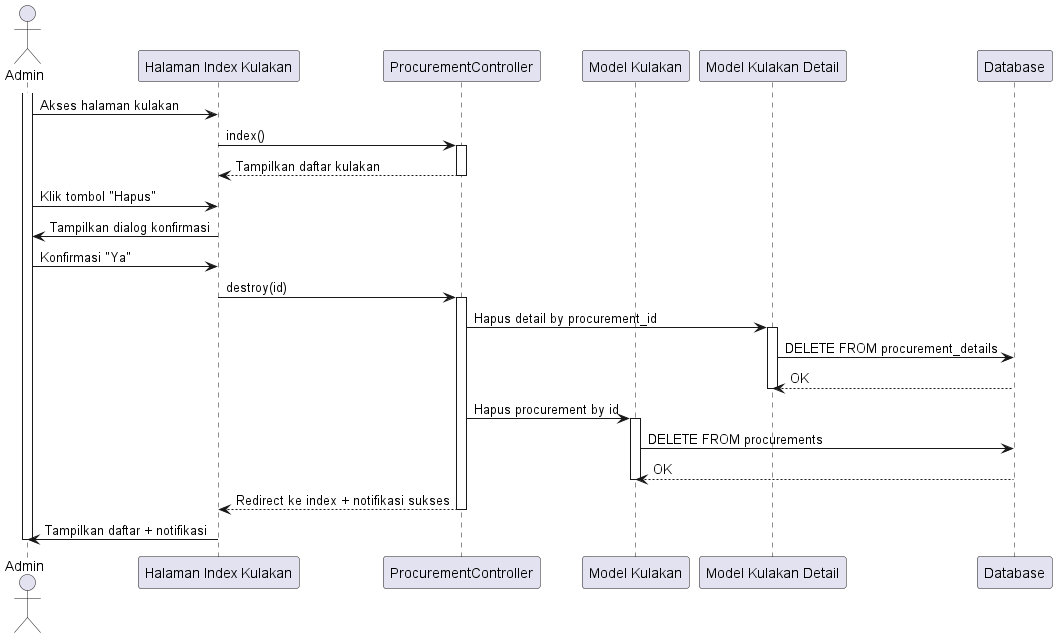
The PlantUML diagram out/sequence diagram/kulakan/menghapus_kulakan/menghapus_kulakan.png in tengahcang/UML_TA, before a commit. Source of this version:
```plantuml
@startuml
actor Admin

participant "Halaman Index Kulakan" as KulakanIndex
participant "ProcurementController" as Controller
participant "Model Kulakan" as ProcurementModel
participant "Model Kulakan Detail" as ProcurementDetailsModel
participant "Database" as DB

activate Admin
Admin -> KulakanIndex: Akses halaman kulakan
KulakanIndex -> Controller: index()
activate Controller
Controller --> KulakanIndex: Tampilkan daftar kulakan
deactivate Controller

Admin -> KulakanIndex: Klik tombol "Hapus"
KulakanIndex -> Admin: Tampilkan dialog konfirmasi
Admin -> KulakanIndex: Konfirmasi "Ya"

KulakanIndex -> Controller: destroy(id)
activate Controller

Controller -> ProcurementDetailsModel: Hapus detail by procurement_id
activate ProcurementDetailsModel
ProcurementDetailsModel -> DB: DELETE FROM procurement_details
DB --> ProcurementDetailsModel: OK
deactivate ProcurementDetailsModel

Controller -> ProcurementModel: Hapus procurement by id
activate ProcurementModel
ProcurementModel -> DB: DELETE FROM procurements
DB --> ProcurementModel: OK
deactivate ProcurementModel

Controller --> KulakanIndex: Redirect ke index + notifikasi sukses
deactivate Controller
KulakanIndex -> Admin: Tampilkan daftar + notifikasi
deactivate Admin

@enduml
```
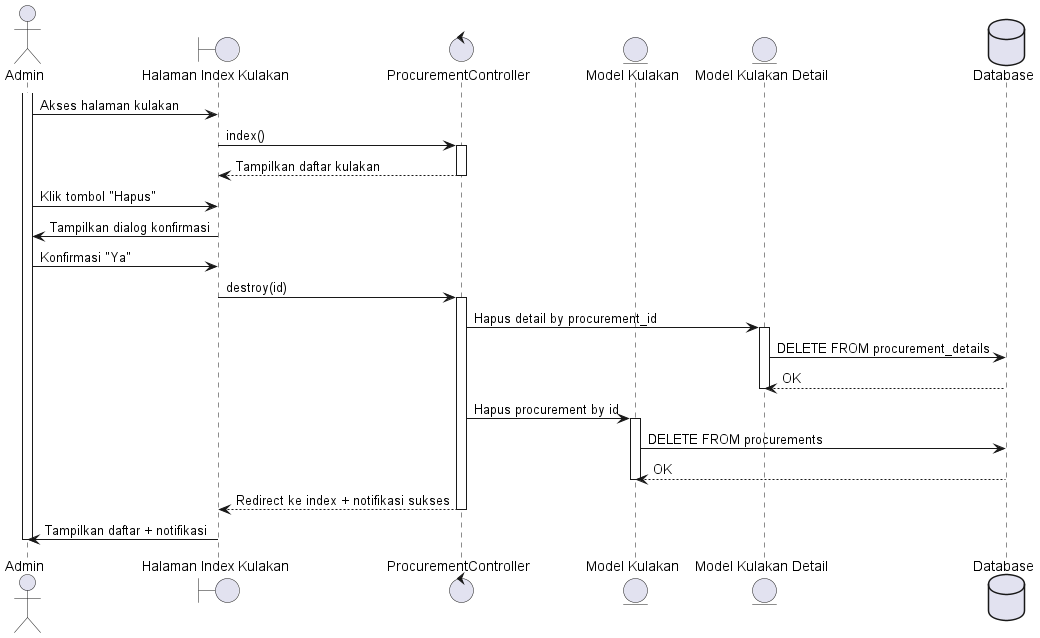
Above is the later version.

What changed in the source:
```diff
@@ -1,11 +1,11 @@
 @startuml
 actor Admin
 
-participant "Halaman Index Kulakan" as KulakanIndex
-participant "ProcurementController" as Controller
-participant "Model Kulakan" as ProcurementModel
-participant "Model Kulakan Detail" as ProcurementDetailsModel
-participant "Database" as DB
+boundary "Halaman Index Kulakan" as KulakanIndex
+control "ProcurementController" as Controller
+entity "Model Kulakan" as ProcurementModel
+entity "Model Kulakan Detail" as ProcurementDetailsModel
+database "Database" as DB
 
 activate Admin
 Admin -> KulakanIndex: Akses halaman kulakan
```
